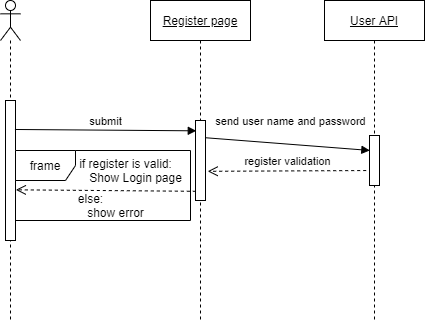
The draw.io diagram diagrams/register_seq.png in NivAm12/NegativeCyberNews, before a commit. Source tidied: cells renumbered, new cells last; positions are measured from the earlier drawing's top-left corner, leaving out a move shared by most shapes. Source of this version:
```xml
<mxGraphModel>
  <root>
    <mxCell id="0" />
    <mxCell id="1" parent="0" />
    <mxCell id="2" style="shape=umlLifeline;participant=umlActor;perimeter=lifelinePerimeter;whiteSpace=wrap;html=1;verticalAlign=top;spacingTop=36;" parent="1" vertex="1">
      <mxGeometry width="20" height="320" as="geometry" />
    </mxCell>
    <mxCell id="3" value="&lt;u&gt;Register page&lt;/u&gt;" style="shape=umlLifeline;perimeter=lifelinePerimeter;whiteSpace=wrap;html=1;" parent="1" vertex="1">
      <mxGeometry x="150" width="100" height="320" as="geometry" />
    </mxCell>
    <mxCell id="4" style="html=1;points=[];perimeter=orthogonalPerimeter;" parent="3" vertex="1">
      <mxGeometry x="45" y="120" width="10" height="80" as="geometry" />
    </mxCell>
    <mxCell id="5" value="&lt;u&gt;User API&lt;/u&gt;" style="shape=umlLifeline;perimeter=lifelinePerimeter;whiteSpace=wrap;html=1;" parent="1" vertex="1">
      <mxGeometry x="324" width="100" height="320" as="geometry" />
    </mxCell>
    <mxCell id="6" style="html=1;points=[];perimeter=orthogonalPerimeter;" parent="5" vertex="1">
      <mxGeometry x="45" y="135" width="10" height="50" as="geometry" />
    </mxCell>
    <mxCell id="7" style="html=1;points=[];perimeter=orthogonalPerimeter;" parent="1" vertex="1">
      <mxGeometry x="5" y="100" width="10" height="140" as="geometry" />
    </mxCell>
    <mxCell id="8" value="submit" style="html=1;verticalAlign=bottom;endArrow=block;exitX=0.943;exitY=0.207;exitDx=0;exitDy=0;exitPerimeter=0;entryX=0.076;entryY=0.129;entryDx=0;entryDy=0;entryPerimeter=0;" parent="1" edge="1" source="7" target="4">
      <mxGeometry relative="1" as="geometry" />
    </mxCell>
    <mxCell id="9" value="send user name and password" style="html=1;verticalAlign=bottom;endArrow=block;exitX=1.053;exitY=0.216;exitDx=0;exitDy=0;exitPerimeter=0;entryX=0.034;entryY=0.299;entryDx=0;entryDy=0;entryPerimeter=0;" parent="1" edge="1" source="4" target="6">
      <mxGeometry x="0.02" y="14" relative="1" as="geometry" />
    </mxCell>
    <mxCell id="10" value="register validation" style="html=1;verticalAlign=bottom;endArrow=open;dashed=1;endSize=8;exitX=-0.33;exitY=0.701;exitDx=0;exitDy=0;exitPerimeter=0;entryX=1.219;entryY=0.635;entryDx=0;entryDy=0;entryPerimeter=0;" parent="1" edge="1" source="6" target="4">
      <mxGeometry relative="1" as="geometry" />
    </mxCell>
    <mxCell id="11" style="html=1;verticalAlign=bottom;endArrow=open;dashed=1;endSize=8;exitX=0.033;exitY=0.885;exitDx=0;exitDy=0;exitPerimeter=0;entryX=1.033;entryY=0.638;entryDx=0;entryDy=0;entryPerimeter=0;" parent="1" edge="1" source="4" target="7">
      <mxGeometry relative="1" as="geometry" />
    </mxCell>
    <mxCell id="12" value="frame" style="shape=umlFrame;whiteSpace=wrap;html=1;" parent="1" vertex="1">
      <mxGeometry x="15" y="150" width="175" height="70" as="geometry" />
    </mxCell>
    <mxCell id="13" value="if register is valid:&lt;br&gt;&amp;nbsp; &amp;nbsp; &amp;nbsp; Show Login page" style="text;html=1;align=center;verticalAlign=middle;strokeColor=none;" parent="1" vertex="1">
      <mxGeometry x="60" y="155" width="130" height="30" as="geometry" />
    </mxCell>
    <mxCell id="14" value="else:&lt;br&gt;&amp;nbsp; &amp;nbsp; &amp;nbsp; &amp;nbsp; &amp;nbsp; &amp;nbsp; &amp;nbsp; &amp;nbsp;show error" style="text;html=1;align=center;verticalAlign=middle;strokeColor=none;" parent="1" vertex="1">
      <mxGeometry x="30" y="190" width="120" height="30" as="geometry" />
    </mxCell>
  </root>
</mxGraphModel>
```
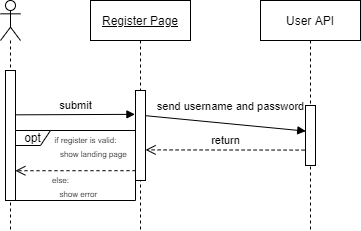
The same file after the commit.

Commit message:
Add the algorithms diagrams

The edit, as a diff of the source:
```diff
@@ -2,44 +2,48 @@
   <root>
     <mxCell id="0" />
     <mxCell id="1" parent="0" />
-    <mxCell id="2" style="shape=umlLifeline;participant=umlActor;perimeter=lifelinePerimeter;whiteSpace=wrap;html=1;verticalAlign=top;spacingTop=36;" parent="1" vertex="1">
-      <mxGeometry width="20" height="320" as="geometry" />
-    </mxCell>
-    <mxCell id="3" value="&lt;u&gt;Register page&lt;/u&gt;" style="shape=umlLifeline;perimeter=lifelinePerimeter;whiteSpace=wrap;html=1;" parent="1" vertex="1">
-      <mxGeometry x="150" width="100" height="320" as="geometry" />
-    </mxCell>
-    <mxCell id="4" style="html=1;points=[];perimeter=orthogonalPerimeter;" parent="3" vertex="1">
-      <mxGeometry x="45" y="120" width="10" height="80" as="geometry" />
-    </mxCell>
+    <mxCell id="15" style="shape=umlLifeline;participant=umlActor;perimeter=lifelinePerimeter;whiteSpace=wrap;html=1;verticalAlign=top;spacingTop=36;fontColor=#000000;" parent="1" vertex="1">
+      <mxGeometry x="40" y="40" width="20" height="230" as="geometry" />
+    </mxCell>
+    <mxCell id="16" style="html=1;points=[];perimeter=orthogonalPerimeter;fontColor=#000000;" parent="15" vertex="1">
+      <mxGeometry x="5" y="70" width="10" height="130" as="geometry" />
+    </mxCell>
+    <mxCell id="17" value="&lt;u&gt;Register Page&lt;/u&gt;" style="shape=umlLifeline;perimeter=lifelinePerimeter;whiteSpace=wrap;html=1;fontColor=#000000;" parent="1" vertex="1">
+      <mxGeometry x="130" y="40" width="100" height="230" as="geometry" />
+    </mxCell>
-    <mxCell id="5" value="&lt;u&gt;User API&lt;/u&gt;" style="shape=umlLifeline;perimeter=lifelinePerimeter;whiteSpace=wrap;html=1;" parent="1" vertex="1">
-      <mxGeometry x="324" width="100" height="320" as="geometry" />
+    <mxCell id="5" value="User API" style="shape=umlLifeline;perimeter=lifelinePerimeter;whiteSpace=wrap;html=1;fontColor=#000000;" parent="1" vertex="1">
+      <mxGeometry x="300" y="40" width="100" height="230" as="geometry" />
     </mxCell>
-    <mxCell id="6" style="html=1;points=[];perimeter=orthogonalPerimeter;" parent="5" vertex="1">
-      <mxGeometry x="45" y="135" width="10" height="50" as="geometry" />
-    </mxCell>
-    <mxCell id="7" style="html=1;points=[];perimeter=orthogonalPerimeter;" parent="1" vertex="1">
-      <mxGeometry x="5" y="100" width="10" height="140" as="geometry" />
-    </mxCell>
+    <mxCell id="18" style="html=1;points=[];perimeter=orthogonalPerimeter;fontColor=#000000;" parent="1" vertex="1">
+      <mxGeometry x="175" y="130" width="10" height="90" as="geometry" />
+    </mxCell>
+    <mxCell id="19" style="html=1;points=[];perimeter=orthogonalPerimeter;fontColor=#000000;" parent="1" vertex="1">
+      <mxGeometry x="345" y="145" width="10" height="60" as="geometry" />
+    </mxCell>
-    <mxCell id="8" value="submit" style="html=1;verticalAlign=bottom;endArrow=block;exitX=0.943;exitY=0.207;exitDx=0;exitDy=0;exitPerimeter=0;entryX=0.076;entryY=0.129;entryDx=0;entryDy=0;entryPerimeter=0;" parent="1" edge="1" source="7" target="4">
+    <mxCell id="8" value="submit" style="html=1;verticalAlign=bottom;endArrow=block;fontColor=#000000;exitX=0.956;exitY=0.341;exitDx=0;exitDy=0;exitPerimeter=0;entryX=-0.057;entryY=0.265;entryDx=0;entryDy=0;entryPerimeter=0;" parent="1" edge="1" source="16" target="18">
       <mxGeometry relative="1" as="geometry" />
     </mxCell>
-    <mxCell id="9" value="send user name and password" style="html=1;verticalAlign=bottom;endArrow=block;exitX=1.053;exitY=0.216;exitDx=0;exitDy=0;exitPerimeter=0;entryX=0.034;entryY=0.299;entryDx=0;entryDy=0;entryPerimeter=0;" parent="1" edge="1" source="4" target="6">
-      <mxGeometry x="0.02" y="14" relative="1" as="geometry" />
-    </mxCell>
-    <mxCell id="10" value="register validation" style="html=1;verticalAlign=bottom;endArrow=open;dashed=1;endSize=8;exitX=-0.33;exitY=0.701;exitDx=0;exitDy=0;exitPerimeter=0;entryX=1.219;entryY=0.635;entryDx=0;entryDy=0;entryPerimeter=0;" parent="1" edge="1" source="6" target="4">
-      <mxGeometry relative="1" as="geometry" />
-    </mxCell>
-    <mxCell id="11" style="html=1;verticalAlign=bottom;endArrow=open;dashed=1;endSize=8;exitX=0.033;exitY=0.885;exitDx=0;exitDy=0;exitPerimeter=0;entryX=1.033;entryY=0.638;entryDx=0;entryDy=0;entryPerimeter=0;" parent="1" edge="1" source="4" target="7">
-      <mxGeometry relative="1" as="geometry" />
-    </mxCell>
-    <mxCell id="12" value="frame" style="shape=umlFrame;whiteSpace=wrap;html=1;" parent="1" vertex="1">
-      <mxGeometry x="15" y="150" width="175" height="70" as="geometry" />
-    </mxCell>
-    <mxCell id="13" value="if register is valid:&lt;br&gt;&amp;nbsp; &amp;nbsp; &amp;nbsp; Show Login page" style="text;html=1;align=center;verticalAlign=middle;strokeColor=none;" parent="1" vertex="1">
-      <mxGeometry x="60" y="155" width="130" height="30" as="geometry" />
-    </mxCell>
+    <mxCell id="20" value="send username and password" style="html=1;verticalAlign=bottom;endArrow=block;fontColor=#000000;exitX=0.956;exitY=0.341;exitDx=0;exitDy=0;exitPerimeter=0;entryX=0.029;entryY=0.427;entryDx=0;entryDy=0;entryPerimeter=0;" parent="1" edge="1" target="19">
+      <mxGeometry x="0.05" y="8" relative="1" as="geometry">
+        <mxPoint x="185" y="155.2" as="sourcePoint" />
+      </mxGeometry>
+    </mxCell>
+    <mxCell id="21" value="return" style="html=1;verticalAlign=bottom;endArrow=open;dashed=1;endSize=8;fontColor=#000000;entryX=1.01;entryY=0.66;entryDx=0;entryDy=0;entryPerimeter=0;exitX=-0.088;exitY=0.743;exitDx=0;exitDy=0;exitPerimeter=0;" parent="1" edge="1" source="19" target="18">
+      <mxGeometry relative="1" as="geometry" />
+    </mxCell>
+    <mxCell id="22" style="html=1;verticalAlign=bottom;endArrow=open;dashed=1;endSize=8;fontColor=#000000;exitX=-0.088;exitY=0.743;exitDx=0;exitDy=0;exitPerimeter=0;entryX=0.985;entryY=0.771;entryDx=0;entryDy=0;entryPerimeter=0;" parent="1" edge="1" target="16">
+      <mxGeometry relative="1" as="geometry">
+        <mxPoint x="175" y="210.2" as="sourcePoint" />
+      </mxGeometry>
+    </mxCell>
+    <mxCell id="23" value="opt" style="shape=umlFrame;whiteSpace=wrap;html=1;fontColor=#000000;width=35;height=15;" parent="1" vertex="1">
+      <mxGeometry x="55" y="170" width="120" height="70" as="geometry" />
+    </mxCell>
+    <mxCell id="24" value="&lt;font style=&quot;font-size: 8px&quot;&gt;if register is valid:&lt;br&gt;&amp;nbsp; &amp;nbsp; &amp;nbsp; &amp;nbsp;show landing page&lt;/font&gt;" style="text;html=1;align=center;verticalAlign=middle;strokeColor=none;fontColor=#000000;" parent="1" vertex="1">
+      <mxGeometry x="75" y="165" width="100" height="40" as="geometry" />
+    </mxCell>
-    <mxCell id="14" value="else:&lt;br&gt;&amp;nbsp; &amp;nbsp; &amp;nbsp; &amp;nbsp; &amp;nbsp; &amp;nbsp; &amp;nbsp; &amp;nbsp;show error" style="text;html=1;align=center;verticalAlign=middle;strokeColor=none;" parent="1" vertex="1">
-      <mxGeometry x="30" y="190" width="120" height="30" as="geometry" />
+    <mxCell id="14" value="&lt;font style=&quot;font-size: 8px&quot;&gt;else:&lt;br&gt;&amp;nbsp; &amp;nbsp; &amp;nbsp; &amp;nbsp; &amp;nbsp; &amp;nbsp; &amp;nbsp; &amp;nbsp; show error&lt;/font&gt;" style="text;html=1;align=center;verticalAlign=middle;strokeColor=none;fontColor=#000000;" parent="1" vertex="1">
+      <mxGeometry x="55" y="205" width="90" height="40" as="geometry" />
     </mxCell>
   </root>
 </mxGraphModel>
```
